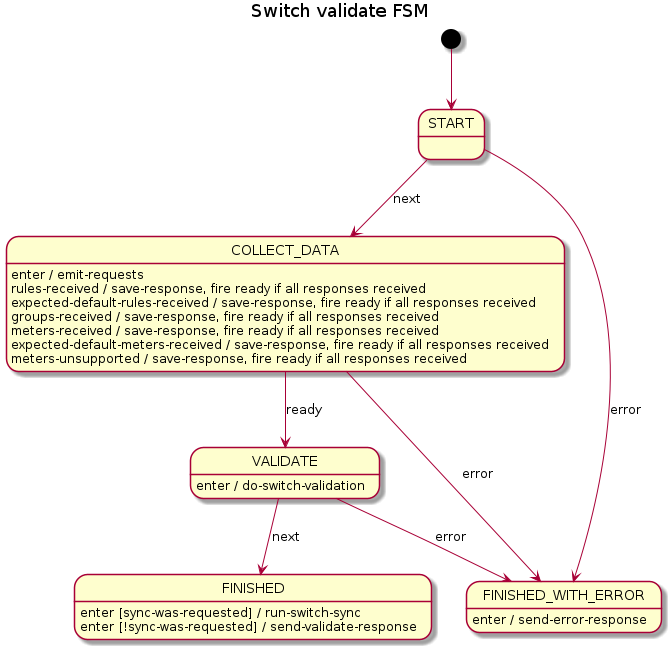
Earlier version of the PlantUML export docs/design/hub-and-spoke/switch-validate/switch-validate-fsm.png (telstra/open-kilda).
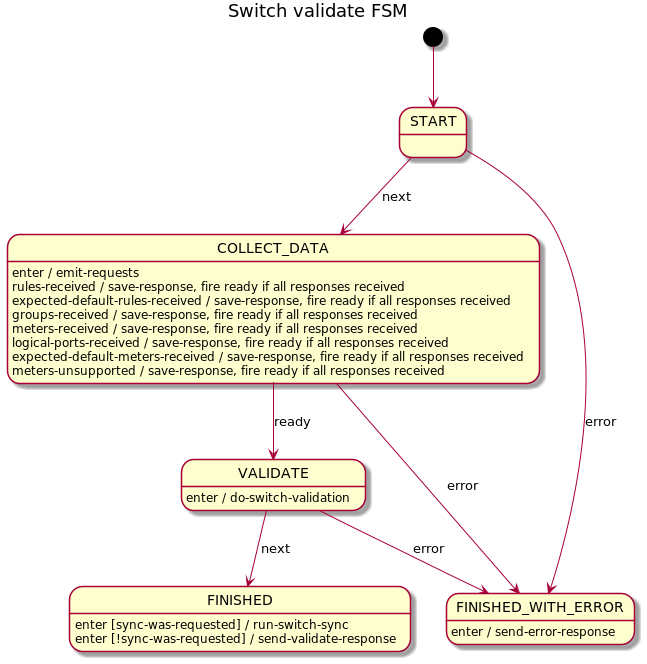
The same file after the commit.

Diff of the diagram source:
```diff
@@ -13,6 +13,7 @@
 COLLECT_DATA : expected-default-rules-received / save-response, fire ready if all responses received
 COLLECT_DATA : groups-received / save-response, fire ready if all responses received
 COLLECT_DATA : meters-received / save-response, fire ready if all responses received
+COLLECT_DATA : logical-ports-received / save-response, fire ready if all responses received
 COLLECT_DATA : expected-default-meters-received / save-response, fire ready if all responses received
 COLLECT_DATA : meters-unsupported / save-response, fire ready if all responses received
 
```
